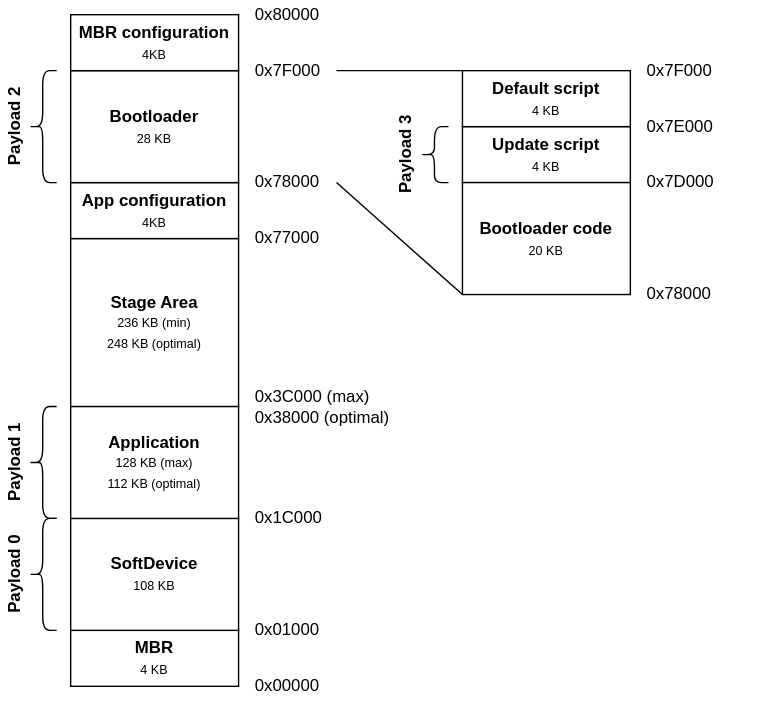
doki-nordic/draw.io keeps this draw.io diagram as nolobolo_s112_map.svg. Above is the earlier version. Source tidied: cells renumbered, new cells last; positions are measured from the earlier drawing's top-left corner, leaving out a move shared by most shapes.
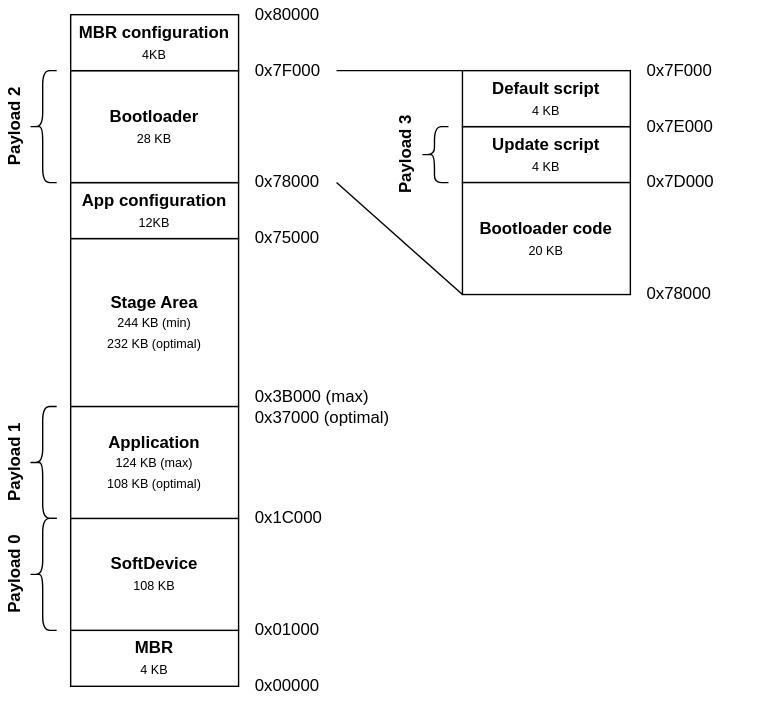
After the change.

The edit, as a diff of the source:
```diff
@@ -8,13 +8,13 @@
     <mxCell id="3" value="&lt;b&gt;SoftDevice&lt;/b&gt;&lt;br&gt;&lt;font style=&quot;font-size: 9px&quot;&gt;108 KB&lt;/font&gt;" style="rounded=0;whiteSpace=wrap;html=1;strokeWidth=1;perimeterSpacing=0;" parent="1" vertex="1">
       <mxGeometry x="50" y="370" width="120" height="80" as="geometry" />
     </mxCell>
-    <mxCell id="4" value="&lt;b&gt;Application&lt;/b&gt;&lt;br&gt;&lt;font style=&quot;font-size: 9px&quot;&gt;128 KB (max)&lt;br&gt;112 KB (optimal)&lt;br&gt;&lt;/font&gt;" style="rounded=0;whiteSpace=wrap;html=1;strokeWidth=1;perimeterSpacing=0;" parent="1" vertex="1">
+    <mxCell id="4" value="&lt;b&gt;Application&lt;/b&gt;&lt;br&gt;&lt;font style=&quot;font-size: 9px&quot;&gt;124 KB (max)&lt;br&gt;108 KB (optimal)&lt;br&gt;&lt;/font&gt;" style="rounded=0;whiteSpace=wrap;html=1;strokeWidth=1;perimeterSpacing=0;" parent="1" vertex="1">
       <mxGeometry x="50" y="290" width="120" height="80" as="geometry" />
     </mxCell>
-    <mxCell id="5" value="&lt;b&gt;Stage Area&lt;br&gt;&lt;/b&gt;&lt;div&gt;&lt;font style=&quot;font-size: 9px&quot;&gt;236 KB (min)&lt;/font&gt;&lt;/div&gt;&lt;div&gt;&lt;font style=&quot;font-size: 9px&quot;&gt;248 KB (optimal)&lt;/font&gt;&lt;/div&gt;" style="rounded=0;whiteSpace=wrap;html=1;strokeWidth=1;perimeterSpacing=0;" parent="1" vertex="1">
+    <mxCell id="5" value="&lt;b&gt;Stage Area&lt;br&gt;&lt;/b&gt;&lt;div&gt;&lt;font style=&quot;font-size: 9px&quot;&gt;244 KB (min)&lt;/font&gt;&lt;/div&gt;&lt;div&gt;&lt;font style=&quot;font-size: 9px&quot;&gt;232 KB (optimal)&lt;/font&gt;&lt;/div&gt;" style="rounded=0;whiteSpace=wrap;html=1;strokeWidth=1;perimeterSpacing=0;" parent="1" vertex="1">
       <mxGeometry x="50" y="170" width="120" height="120" as="geometry" />
     </mxCell>
-    <mxCell id="6" value="&lt;b&gt;App configuration&lt;br&gt;&lt;/b&gt;&lt;font style=&quot;font-size: 9px&quot;&gt;4KB&lt;/font&gt;" style="rounded=0;whiteSpace=wrap;html=1;strokeWidth=1;perimeterSpacing=0;" parent="1" vertex="1">
+    <mxCell id="6" value="&lt;b&gt;App configuration&lt;br&gt;&lt;/b&gt;&lt;font style=&quot;font-size: 9px&quot;&gt;12KB&lt;/font&gt;" style="rounded=0;whiteSpace=wrap;html=1;strokeWidth=1;perimeterSpacing=0;" parent="1" vertex="1">
       <mxGeometry x="50" y="130" width="120" height="40" as="geometry" />
     </mxCell>
     <mxCell id="7" value="&lt;b&gt;Bootloader&lt;br&gt;&lt;/b&gt;&lt;font style=&quot;font-size: 9px&quot;&gt;28 KB&lt;/font&gt;" style="rounded=0;whiteSpace=wrap;html=1;strokeWidth=1;perimeterSpacing=0;" parent="1" vertex="1">
@@ -53,10 +53,10 @@
     <mxCell id="18" value="0x1C000" style="text;html=1;strokeColor=none;fillColor=none;align=left;verticalAlign=middle;whiteSpace=wrap;rounded=0;rotation=0;" parent="1" vertex="1">
       <mxGeometry x="180" y="360" width="60" height="20" as="geometry" />
     </mxCell>
-    <mxCell id="19" value="0x3C000 (max)&lt;br&gt;0x38000 (optimal)" style="text;html=1;strokeColor=none;fillColor=none;align=left;verticalAlign=middle;whiteSpace=wrap;rounded=0;rotation=0;" parent="1" vertex="1">
+    <mxCell id="19" value="0x3B000 (max)&lt;br&gt;0x37000 (optimal)" style="text;html=1;strokeColor=none;fillColor=none;align=left;verticalAlign=middle;whiteSpace=wrap;rounded=0;rotation=0;" parent="1" vertex="1">
       <mxGeometry x="180" y="280" width="120" height="20" as="geometry" />
     </mxCell>
-    <mxCell id="20" value="0x77000" style="text;html=1;strokeColor=none;fillColor=none;align=left;verticalAlign=middle;whiteSpace=wrap;rounded=0;rotation=0;" parent="1" vertex="1">
+    <mxCell id="20" value="0x75000" style="text;html=1;strokeColor=none;fillColor=none;align=left;verticalAlign=middle;whiteSpace=wrap;rounded=0;rotation=0;" parent="1" vertex="1">
       <mxGeometry x="180" y="160" width="60" height="20" as="geometry" />
     </mxCell>
     <mxCell id="21" style="shape=curlyBracket;whiteSpace=wrap;html=1;rounded=1;rotation=0;" parent="1" vertex="1">
```
